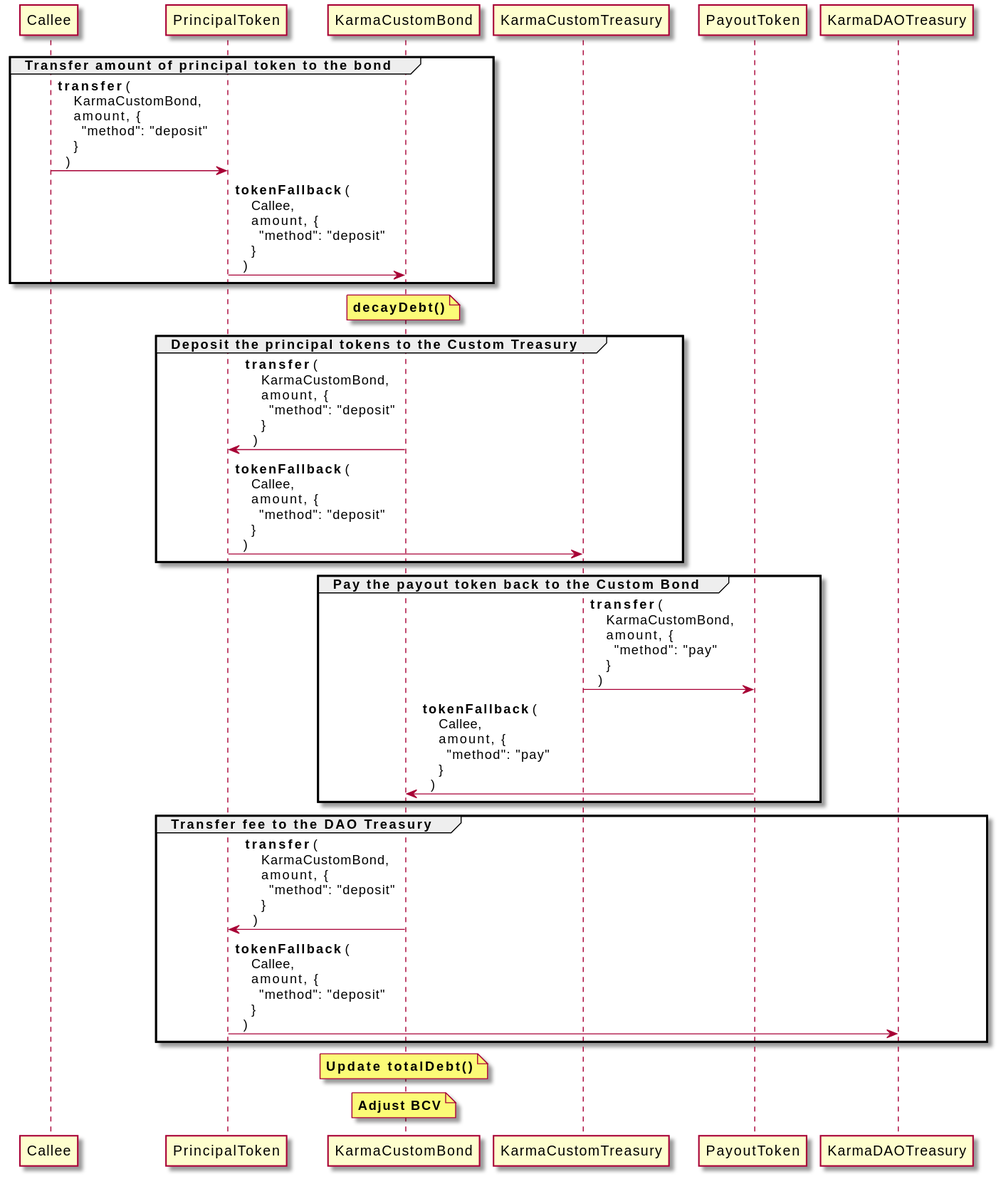
Karma-Finance/karma-scores keeps this PlantUML diagram as Karma-Bond/Contracts/Karma-CustomBond/docs/uml/deposit.svg. Above is the earlier version. Its diagram source:
```plantuml
@startuml
group Transfer amount of principal token to the bond
  Callee -> PrincipalToken : **transfer** ( \n    KarmaCustomBond, \n    amount, { \n      "method": "deposit" \n    } \n  )

  PrincipalToken -> KarmaCustomBond : **tokenFallback** ( \n    Callee, \n    amount, { \n      "method": "deposit" \n    } \n  )
end group

note over KarmaCustomBond : **decayDebt()**

group Deposit the principal tokens to the Custom Treasury
  KarmaCustomBond -> PrincipalToken : **transfer** ( \n    KarmaCustomBond, \n    amount, { \n      "method": "deposit" \n    } \n  )

  PrincipalToken -> KarmaCustomTreasury : **tokenFallback** ( \n    Callee, \n    amount, { \n      "method": "deposit" \n    } \n  )
end group

group Pay the payout token back to the Custom Bond
  KarmaCustomTreasury -> PayoutToken : **transfer** ( \n    KarmaCustomBond, \n    amount, { \n      "method": "pay" \n    } \n  )

  PayoutToken -> KarmaCustomBond : **tokenFallback** ( \n    Callee, \n    amount, { \n      "method": "pay" \n    } \n  )

end group


group Transfer fee to the DAO Treasury
  KarmaCustomBond -> PrincipalToken : **transfer** ( \n    KarmaCustomBond, \n    amount, { \n      "method": "deposit" \n    } \n  )

  PrincipalToken -> KarmaDAOTreasury : **tokenFallback** ( \n    Callee, \n    amount, { \n      "method": "deposit" \n    } \n  )

end group


note over KarmaCustomBond : **Update totalDebt()**

note over KarmaCustomBond : **Adjust BCV**
@enduml
```
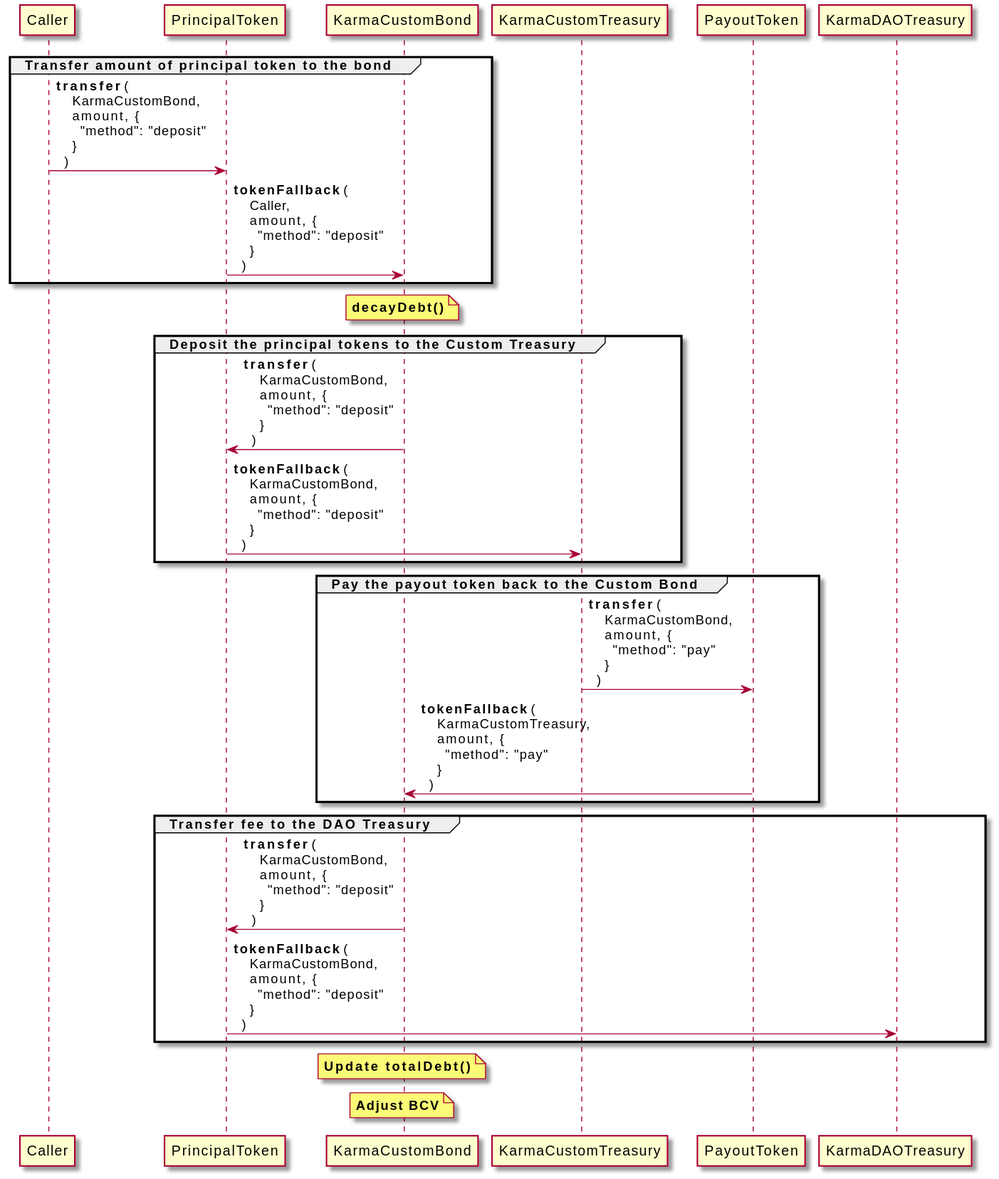
Above is the later version.

Commit message:
Update KarmaCustomBond::deposit documentation

What changed in the source:
```diff
@@ -1,8 +1,8 @@
 @startuml
 group Transfer amount of principal token to the bond
-  Callee -> PrincipalToken : **transfer** ( \n    KarmaCustomBond, \n    amount, { \n      "method": "deposit" \n    } \n  )
+  Caller -> PrincipalToken : **transfer** ( \n    KarmaCustomBond, \n    amount, { \n      "method": "deposit" \n    } \n  )
 
-  PrincipalToken -> KarmaCustomBond : **tokenFallback** ( \n    Callee, \n    amount, { \n      "method": "deposit" \n    } \n  )
+  PrincipalToken -> KarmaCustomBond : **tokenFallback** ( \n    Caller, \n    amount, { \n      "method": "deposit" \n    } \n  )
 end group
 
 note over KarmaCustomBond : **decayDebt()**
@@ -10,13 +10,13 @@
 group Deposit the principal tokens to the Custom Treasury
   KarmaCustomBond -> PrincipalToken : **transfer** ( \n    KarmaCustomBond, \n    amount, { \n      "method": "deposit" \n    } \n  )
 
-  PrincipalToken -> KarmaCustomTreasury : **tokenFallback** ( \n    Callee, \n    amount, { \n      "method": "deposit" \n    } \n  )
+  PrincipalToken -> KarmaCustomTreasury : **tokenFallback** ( \n    KarmaCustomBond, \n    amount, { \n      "method": "deposit" \n    } \n  )
 end group
 
 group Pay the payout token back to the Custom Bond
   KarmaCustomTreasury -> PayoutToken : **transfer** ( \n    KarmaCustomBond, \n    amount, { \n      "method": "pay" \n    } \n  )
 
-  PayoutToken -> KarmaCustomBond : **tokenFallback** ( \n    Callee, \n    amount, { \n      "method": "pay" \n    } \n  )
+  PayoutToken -> KarmaCustomBond : **tokenFallback** ( \n    KarmaCustomTreasury, \n    amount, { \n      "method": "pay" \n    } \n  )
 
 end group
 
@@ -24,7 +24,7 @@
 group Transfer fee to the DAO Treasury
   KarmaCustomBond -> PrincipalToken : **transfer** ( \n    KarmaCustomBond, \n    amount, { \n      "method": "deposit" \n    } \n  )
 
-  PrincipalToken -> KarmaDAOTreasury : **tokenFallback** ( \n    Callee, \n    amount, { \n      "method": "deposit" \n    } \n  )
+  PrincipalToken -> KarmaDAOTreasury : **tokenFallback** ( \n    KarmaCustomBond, \n    amount, { \n      "method": "deposit" \n    } \n  )
 
 end group
 
```
